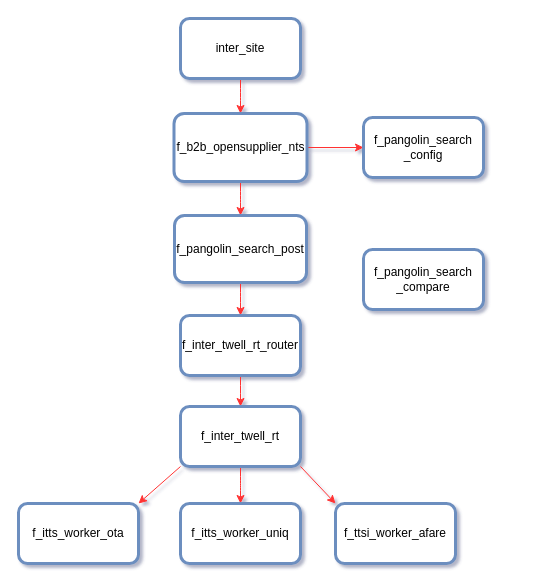
cy22-y/qunar keeps this draw.io diagram as 国际报价.drawio. Above is the earlier version. Source tidied: cells renumbered, new cells numbered last; positions are measured from the earlier drawing's top-left corner, leaving out a move shared by most shapes. Both pictures are drawn from the tidied source at 100%, with x=0, y=0 at pixel (18, 18).
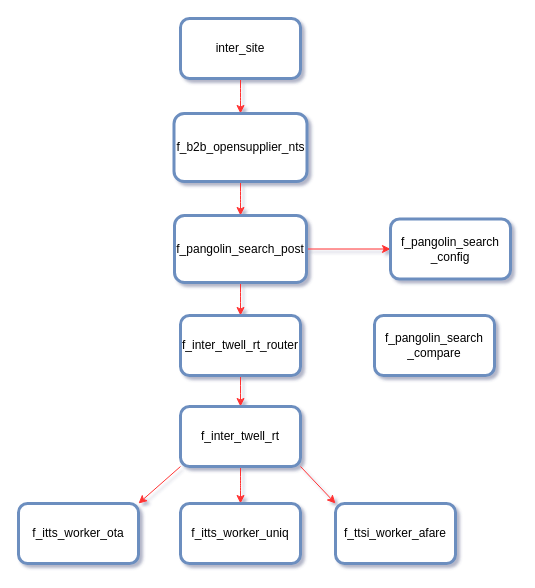
The same page after the edit.

Commit message:
更新国际报价.drawio

What changed in the source:
```diff
@@
 <mxGraphModel shadow="1">
   <root>
     <mxCell id="0" />
     <mxCell id="1" parent="0" />
     <mxCell id="2" style="edgeStyle=orthogonalEdgeStyle;rounded=1;jettySize=auto;html=1;entryX=0.5;entryY=0;entryDx=0;entryDy=0;fontSize=12;strokeColor=#FF3333;" parent="1" edge="1" source="3" target="6">
       <mxGeometry relative="1" as="geometry" />
     </mxCell>
     <mxCell id="3" value="inter_site" style="rounded=1;whiteSpace=wrap;html=1;strokeWidth=3;strokeColor=#6c8ebf;fillColor=#FFFFFF;" parent="1" vertex="1">
       <mxGeometry x="162" width="120" height="60" as="geometry" />
     </mxCell>
     <mxCell id="4" style="edgeStyle=orthogonalEdgeStyle;rounded=1;jettySize=auto;html=1;entryX=0.5;entryY=0;entryDx=0;entryDy=0;strokeColor=#FF3333;fontSize=12;" parent="1" edge="1" source="6" target="8">
       <mxGeometry relative="1" as="geometry" />
     </mxCell>
-    <mxCell id="5" style="edgeStyle=orthogonalEdgeStyle;rounded=0;jettySize=auto;html=1;entryX=0;entryY=0.5;entryDx=0;entryDy=0;strokeColor=#FF3333;fontSize=12;" parent="1" edge="1" source="6" target="16">
-      <mxGeometry relative="1" as="geometry" />
-    </mxCell>
     <mxCell id="6" value="&lt;font style=&quot;font-size: 12px;&quot;&gt;f_b2b_opensupplier_nts&lt;/font&gt;" style="rounded=1;whiteSpace=wrap;html=1;strokeWidth=3;strokeColor=#6c8ebf;fillColor=#FFFFFF;" parent="1" vertex="1">
       <mxGeometry x="155.5" y="95" width="133" height="68" as="geometry" />
     </mxCell>
     <mxCell id="7" style="edgeStyle=orthogonalEdgeStyle;rounded=1;jettySize=auto;html=1;entryX=0.5;entryY=0;entryDx=0;entryDy=0;strokeColor=#FF3333;fontSize=12;" parent="1" edge="1" source="8" target="10">
       <mxGeometry relative="1" as="geometry" />
     </mxCell>
+    <mxCell id="20" style="edgeStyle=orthogonalEdgeStyle;rounded=0;jettySize=auto;html=1;entryX=0;entryY=0.5;entryDx=0;entryDy=0;strokeColor=#FF3333;" parent="1" edge="1" source="8" target="16">
+      <mxGeometry relative="1" as="geometry" />
+    </mxCell>
     <mxCell id="8" value="f_pangolin_search_post" style="rounded=1;whiteSpace=wrap;html=1;strokeWidth=3;strokeColor=#6c8ebf;fillColor=#FFFFFF;" parent="1" vertex="1">
       <mxGeometry x="156" y="197" width="132" height="67" as="geometry" />
     </mxCell>
     <mxCell id="9" style="edgeStyle=orthogonalEdgeStyle;rounded=1;jettySize=auto;html=1;entryX=0.5;entryY=0;entryDx=0;entryDy=0;strokeColor=#FF3333;fontSize=12;" parent="1" edge="1" source="10" target="12">
       <mxGeometry relative="1" as="geometry" />
     </mxCell>
     <mxCell id="10" value="f_inter_twell_rt_router" style="rounded=1;whiteSpace=wrap;html=1;strokeWidth=3;strokeColor=#6c8ebf;fillColor=#FFFFFF;" parent="1" vertex="1">
       <mxGeometry x="162" y="297" width="120" height="60" as="geometry" />
     </mxCell>
     <mxCell id="11" style="edgeStyle=orthogonalEdgeStyle;rounded=1;jettySize=auto;html=1;entryX=0.5;entryY=0;entryDx=0;entryDy=0;strokeColor=#FF3333;fontSize=12;" parent="1" edge="1" source="12" target="14">
       <mxGeometry relative="1" as="geometry" />
     </mxCell>
     <mxCell id="12" value="f_inter_twell_rt" style="rounded=1;whiteSpace=wrap;html=1;strokeWidth=3;strokeColor=#6c8ebf;fillColor=#FFFFFF;" parent="1" vertex="1">
       <mxGeometry x="162" y="388" width="120" height="60" as="geometry" />
     </mxCell>
     <mxCell id="13" value="f_itts_worker_ota" style="rounded=1;whiteSpace=wrap;html=1;strokeWidth=3;strokeColor=#6c8ebf;fillColor=#FFFFFF;" parent="1" vertex="1">
       <mxGeometry y="485" width="120" height="60" as="geometry" />
     </mxCell>
     <mxCell id="14" value="f_itts_worker_uniq" style="rounded=1;whiteSpace=wrap;html=1;strokeWidth=3;strokeColor=#6c8ebf;fillColor=#FFFFFF;" parent="1" vertex="1">
       <mxGeometry x="162" y="485" width="120" height="60" as="geometry" />
     </mxCell>
     <mxCell id="15" value="f_ttsi_worker_afare" style="rounded=1;whiteSpace=wrap;html=1;strokeWidth=3;strokeColor=#6c8ebf;fillColor=#FFFFFF;" parent="1" vertex="1">
       <mxGeometry x="317" y="485" width="120" height="60" as="geometry" />
     </mxCell>
     <mxCell id="16" value="f_pangolin_search&lt;br&gt;_config" style="rounded=1;whiteSpace=wrap;html=1;strokeWidth=3;strokeColor=#6c8ebf;fillColor=#FFFFFF;" parent="1" vertex="1">
-      <mxGeometry x="345" y="99" width="120" height="60" as="geometry" />
+      <mxGeometry x="372" y="200.5" width="120" height="60" as="geometry" />
     </mxCell>
     <mxCell id="17" style="endArrow=classic;html=1;rounded=0;strokeColor=#FF3333;fontSize=12;exitX=0;exitY=1;exitDx=0;exitDy=0;entryX=1;entryY=0;entryDx=0;entryDy=0;" parent="1" edge="1" source="12" target="13">
       <mxGeometry relative="1" as="geometry" />
     </mxCell>
     <mxCell id="18" style="endArrow=classic;html=1;rounded=0;strokeColor=#FF3333;fontSize=12;exitX=1;exitY=1;exitDx=0;exitDy=0;entryX=0;entryY=0;entryDx=0;entryDy=0;" parent="1" edge="1" source="12" target="15">
       <mxGeometry relative="1" as="geometry" />
     </mxCell>
     <mxCell id="19" value="f_pangolin_search&lt;br&gt;_compare" style="rounded=1;whiteSpace=wrap;html=1;strokeWidth=3;strokeColor=#6c8ebf;fillColor=#FFFFFF;" parent="1" vertex="1">
-      <mxGeometry x="345" y="231" width="120" height="60" as="geometry" />
+      <mxGeometry x="356" y="297" width="120" height="60" as="geometry" />
     </mxCell>
   </root>
 </mxGraphModel>
```
